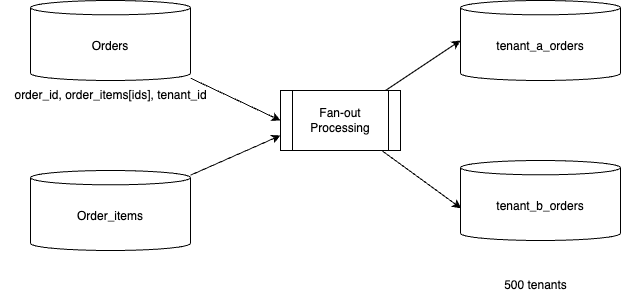
This is flink-ptf-multitenant-debezium-spanout/docs/problem.drawio.png from jbcodeforce/research, a draw.io export, as it was before one commit. Source tidied: cells renumbered, new cells last; positions are measured from the earlier drawing's top-left corner, leaving out a move shared by most shapes.
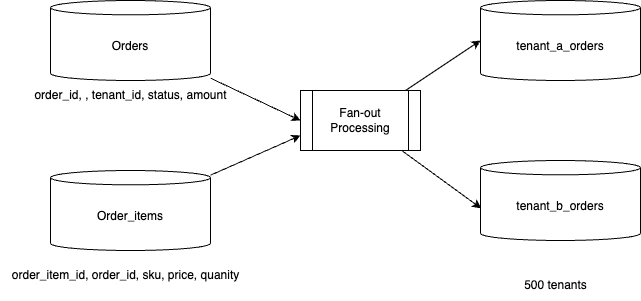
The same diagram one commit later.

Change to the diagram source:
```diff
@@ -8,7 +8,7 @@
     <mxCell id="3" value="Orders" style="shape=cylinder3;whiteSpace=wrap;html=1;boundedLbl=1;backgroundOutline=1;size=7.1692352294921875;" parent="1" vertex="1">
       <mxGeometry x="30" width="160" height="80" as="geometry" />
     </mxCell>
-    <mxCell id="4" value="order_id, order_items[ids], tenant_id" style="text;html=1;align=center;verticalAlign=middle;strokeColor=none;fillColor=none;" parent="1" vertex="1">
+    <mxCell id="4" value="order_id, , tenant_id, status, amount" style="text;html=1;align=center;verticalAlign=middle;strokeColor=none;fillColor=none;" parent="1" vertex="1">
       <mxGeometry y="80" width="220" height="30" as="geometry" />
     </mxCell>
     <mxCell id="5" style="edgeStyle=none;html=1;entryX=0;entryY=0.75;entryDx=0;entryDy=0;" parent="1" edge="1" source="6" target="9">
@@ -35,5 +35,8 @@
     <mxCell id="12" value="500 tenants" style="text;html=1;align=center;verticalAlign=middle;strokeColor=none;fillColor=none;" parent="1" vertex="1">
       <mxGeometry x="490" y="270" width="90" height="30" as="geometry" />
     </mxCell>
+    <mxCell id="13" value="order_item_id, order_id, sku, price, quanity" style="text;html=1;align=center;verticalAlign=middle;strokeColor=none;fillColor=none;" parent="1" vertex="1">
+      <mxGeometry x="-20" y="260" width="250" height="30" as="geometry" />
+    </mxCell>
   </root>
 </mxGraphModel>
```
